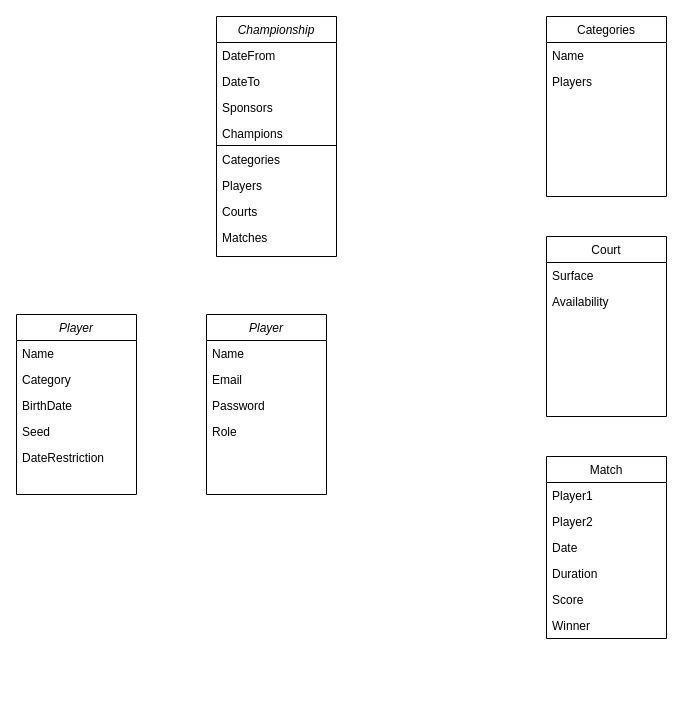
Above: db.drawio in paolofullone/SportManager (draw.io), before the change. Source tidied: cells renumbered, new cells numbered last; positions are measured from the earlier drawing's top-left corner, leaving out a move shared by most shapes. Both pictures are drawn from the tidied source at 100%, with x=0, y=0 at pixel (16, 16).
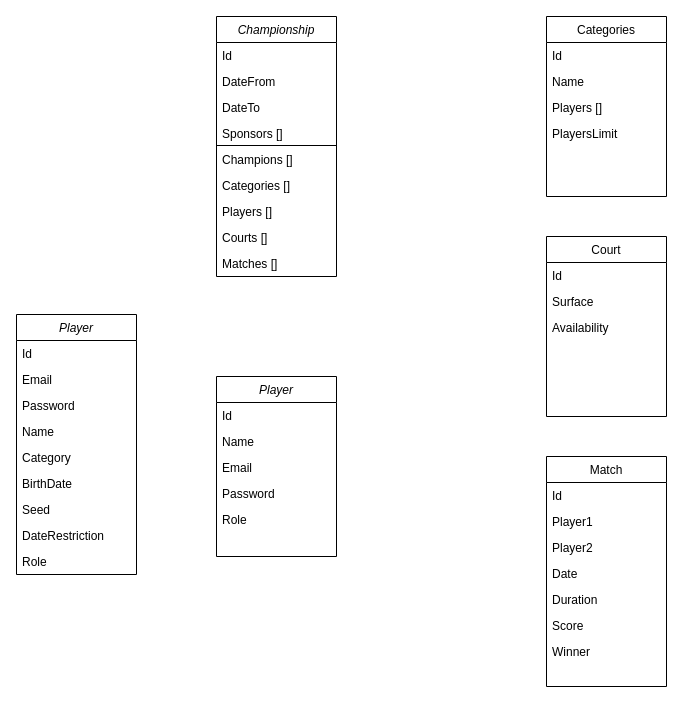
Above is the later version.

The change refers to these unchanged cells:
```xml
<mxCell id="25" value="Court" style="swimlane;fontStyle=0;align=center;verticalAlign=top;horizontal=1;startSize=26;rounded=0;shadow=0;strokeWidth=1;" parent="1" vertex="1">
  <mxGeometry x="530" y="220" width="120" height="180" as="geometry" />
</mxCell>
<mxCell id="28" value="Categories" style="swimlane;fontStyle=0;align=center;verticalAlign=top;horizontal=1;startSize=26;rounded=0;shadow=0;strokeWidth=1;" parent="1" vertex="1">
  <mxGeometry x="530" width="120" height="180" as="geometry" />
</mxCell>
```

Change to the diagram source:
```diff
@@
     <mxCell id="2" value="Player" style="swimlane;fontStyle=2;align=center;verticalAlign=top;horizontal=1;startSize=26;rounded=0;shadow=0;strokeWidth=1;" parent="1" vertex="1">
-      <mxGeometry y="298" width="120" height="180" as="geometry" />
+      <mxGeometry y="298" width="120" height="260" as="geometry" />
     </mxCell>
-    <mxCell id="3" value="Name" style="text;align=left;verticalAlign=top;spacingLeft=4;spacingRight=4;overflow=hidden;" parent="2" vertex="1">
+    <mxCell id="3" value="Id" style="text;align=left;verticalAlign=top;spacingLeft=4;spacingRight=4;overflow=hidden;" parent="2" vertex="1">
       <mxGeometry y="26" width="120" height="26" as="geometry" />
     </mxCell>
+    <mxCell id="36" value="Email" style="text;align=left;verticalAlign=top;spacingLeft=4;spacingRight=4;overflow=hidden;" parent="2" vertex="1">
+      <mxGeometry y="52" width="120" height="26" as="geometry" />
+    </mxCell>
+    <mxCell id="37" value="Password" style="text;align=left;verticalAlign=top;spacingLeft=4;spacingRight=4;overflow=hidden;" parent="2" vertex="1">
+      <mxGeometry y="78" width="120" height="26" as="geometry" />
+    </mxCell>
+    <mxCell id="38" value="Name" style="text;align=left;verticalAlign=top;spacingLeft=4;spacingRight=4;overflow=hidden;" parent="2" vertex="1">
+      <mxGeometry y="104" width="120" height="26" as="geometry" />
+    </mxCell>
     <mxCell id="4" value="Category" style="text;align=left;verticalAlign=top;spacingLeft=4;spacingRight=4;overflow=hidden;rounded=0;shadow=0;html=0;" parent="2" vertex="1">
-      <mxGeometry y="52" width="120" height="26" as="geometry" />
+      <mxGeometry y="130" width="120" height="26" as="geometry" />
     </mxCell>
     <mxCell id="5" value="BirthDate" style="text;align=left;verticalAlign=top;spacingLeft=4;spacingRight=4;overflow=hidden;rounded=0;shadow=0;html=0;" parent="2" vertex="1">
-      <mxGeometry y="78" width="120" height="26" as="geometry" />
+      <mxGeometry y="156" width="120" height="26" as="geometry" />
     </mxCell>
     <mxCell id="6" value="Seed" style="text;align=left;verticalAlign=top;spacingLeft=4;spacingRight=4;overflow=hidden;rounded=0;shadow=0;html=0;" parent="2" vertex="1">
-      <mxGeometry y="104" width="120" height="26" as="geometry" />
+      <mxGeometry y="182" width="120" height="26" as="geometry" />
     </mxCell>
     <mxCell id="7" value="DateRestriction" style="text;align=left;verticalAlign=top;spacingLeft=4;spacingRight=4;overflow=hidden;rounded=0;shadow=0;html=0;" parent="2" vertex="1">
-      <mxGeometry y="130" width="120" height="26" as="geometry" />
+      <mxGeometry y="208" width="120" height="26" as="geometry" />
     </mxCell>
+    <mxCell id="39" value="Role" style="text;align=left;verticalAlign=top;spacingLeft=4;spacingRight=4;overflow=hidden;rounded=0;shadow=0;html=0;" parent="2" vertex="1">
+      <mxGeometry y="234" width="120" height="26" as="geometry" />
+    </mxCell>
     <mxCell id="8" value="Match" style="swimlane;fontStyle=0;align=center;verticalAlign=top;horizontal=1;startSize=26;rounded=0;shadow=0;strokeWidth=1;" parent="1" vertex="1">
-      <mxGeometry x="530" y="440" width="120" height="182" as="geometry" />
+      <mxGeometry x="530" y="440" width="120" height="230" as="geometry" />
     </mxCell>
-    <mxCell id="9" value="Player1" style="text;align=left;verticalAlign=top;spacingLeft=4;spacingRight=4;overflow=hidden;" parent="8" vertex="1">
+    <mxCell id="9" value="Id" style="text;align=left;verticalAlign=top;spacingLeft=4;spacingRight=4;overflow=hidden;" parent="8" vertex="1">
       <mxGeometry y="26" width="120" height="26" as="geometry" />
     </mxCell>
+    <mxCell id="40" value="Player1" style="text;align=left;verticalAlign=top;spacingLeft=4;spacingRight=4;overflow=hidden;" parent="8" vertex="1">
+      <mxGeometry y="52" width="120" height="26" as="geometry" />
+    </mxCell>
     <mxCell id="10" value="Player2" style="text;align=left;verticalAlign=top;spacingLeft=4;spacingRight=4;overflow=hidden;rounded=0;shadow=0;html=0;" parent="8" vertex="1">
-      <mxGeometry y="52" width="120" height="26" as="geometry" />
+      <mxGeometry y="78" width="120" height="26" as="geometry" />
     </mxCell>
     <mxCell id="11" value="Date" style="text;align=left;verticalAlign=top;spacingLeft=4;spacingRight=4;overflow=hidden;rounded=0;shadow=0;html=0;" parent="8" vertex="1">
-      <mxGeometry y="78" width="120" height="26" as="geometry" />
+      <mxGeometry y="104" width="120" height="26" as="geometry" />
     </mxCell>
     <mxCell id="12" value="Duration" style="text;align=left;verticalAlign=top;spacingLeft=4;spacingRight=4;overflow=hidden;rounded=0;shadow=0;html=0;" parent="8" vertex="1">
-      <mxGeometry y="104" width="120" height="26" as="geometry" />
+      <mxGeometry y="130" width="120" height="26" as="geometry" />
     </mxCell>
     <mxCell id="13" value="Score&#10;" style="text;align=left;verticalAlign=top;spacingLeft=4;spacingRight=4;overflow=hidden;rounded=0;shadow=0;html=0;" parent="8" vertex="1">
-      <mxGeometry y="130" width="120" height="26" as="geometry" />
+      <mxGeometry y="156" width="120" height="26" as="geometry" />
     </mxCell>
     <mxCell id="14" value="Winner" style="text;align=left;verticalAlign=top;spacingLeft=4;spacingRight=4;overflow=hidden;rounded=0;shadow=0;html=0;" parent="8" vertex="1">
-      <mxGeometry y="156" width="120" height="26" as="geometry" />
+      <mxGeometry y="182" width="120" height="26" as="geometry" />
     </mxCell>
     <mxCell id="15" value="Championship" style="swimlane;fontStyle=2;align=center;verticalAlign=top;horizontal=1;startSize=26;rounded=0;shadow=0;strokeWidth=1;" parent="1" vertex="1">
-      <mxGeometry x="200" width="120" height="240" as="geometry" />
+      <mxGeometry x="200" width="120" height="260" as="geometry" />
     </mxCell>
-    <mxCell id="16" value="DateFrom" style="text;align=left;verticalAlign=top;spacingLeft=4;spacingRight=4;overflow=hidden;" parent="15" vertex="1">
+    <mxCell id="16" value="Id" style="text;align=left;verticalAlign=top;spacingLeft=4;spacingRight=4;overflow=hidden;" parent="15" vertex="1">
       <mxGeometry y="26" width="120" height="26" as="geometry" />
     </mxCell>
+    <mxCell id="41" value="DateFrom" style="text;align=left;verticalAlign=top;spacingLeft=4;spacingRight=4;overflow=hidden;" parent="15" vertex="1">
+      <mxGeometry y="52" width="120" height="26" as="geometry" />
+    </mxCell>
     <mxCell id="17" value="DateTo" style="text;align=left;verticalAlign=top;spacingLeft=4;spacingRight=4;overflow=hidden;" parent="15" vertex="1">
-      <mxGeometry y="52" width="120" height="26" as="geometry" />
+      <mxGeometry y="78" width="120" height="26" as="geometry" />
     </mxCell>
-    <mxCell id="18" value="Sponsors" style="text;align=left;verticalAlign=top;spacingLeft=4;spacingRight=4;overflow=hidden;" parent="15" vertex="1">
-      <mxGeometry y="78" width="120" height="26" as="geometry" />
+    <mxCell id="18" value="Sponsors []" style="text;align=left;verticalAlign=top;spacingLeft=4;spacingRight=4;overflow=hidden;" parent="15" vertex="1">
+      <mxGeometry y="104" width="120" height="26" as="geometry" />
     </mxCell>
-    <mxCell id="19" value="Champions" style="text;align=left;verticalAlign=top;spacingLeft=4;spacingRight=4;overflow=hidden;" parent="15" vertex="1">
-      <mxGeometry y="104" width="120" height="26" as="geometry" />
+    <mxCell id="19" value="Champions []" style="text;align=left;verticalAlign=top;spacingLeft=4;spacingRight=4;overflow=hidden;" parent="15" vertex="1">
+      <mxGeometry y="130" width="120" height="26" as="geometry" />
     </mxCell>
-    <mxCell id="20" value="Categories&#10;" style="text;align=left;verticalAlign=top;spacingLeft=4;spacingRight=4;overflow=hidden;" parent="15" vertex="1">
-      <mxGeometry y="130" width="120" height="26" as="geometry" />
+    <mxCell id="20" value="Categories []&#10;" style="text;align=left;verticalAlign=top;spacingLeft=4;spacingRight=4;overflow=hidden;" parent="15" vertex="1">
+      <mxGeometry y="156" width="120" height="26" as="geometry" />
     </mxCell>
-    <mxCell id="21" value="Players" style="text;align=left;verticalAlign=top;spacingLeft=4;spacingRight=4;overflow=hidden;rounded=0;shadow=0;html=0;" parent="15" vertex="1">
-      <mxGeometry y="156" width="120" height="26" as="geometry" />
+    <mxCell id="21" value="Players []" style="text;align=left;verticalAlign=top;spacingLeft=4;spacingRight=4;overflow=hidden;rounded=0;shadow=0;html=0;" parent="15" vertex="1">
+      <mxGeometry y="182" width="120" height="26" as="geometry" />
     </mxCell>
-    <mxCell id="22" value="Courts" style="text;align=left;verticalAlign=top;spacingLeft=4;spacingRight=4;overflow=hidden;" parent="15" vertex="1">
-      <mxGeometry y="182" width="120" height="26" as="geometry" />
+    <mxCell id="22" value="Courts []" style="text;align=left;verticalAlign=top;spacingLeft=4;spacingRight=4;overflow=hidden;" parent="15" vertex="1">
+      <mxGeometry y="208" width="120" height="26" as="geometry" />
     </mxCell>
-    <mxCell id="23" value="Matches" style="text;align=left;verticalAlign=top;spacingLeft=4;spacingRight=4;overflow=hidden;rounded=0;shadow=0;html=0;" parent="15" vertex="1">
-      <mxGeometry y="208" width="120" height="26" as="geometry" />
+    <mxCell id="23" value="Matches []" style="text;align=left;verticalAlign=top;spacingLeft=4;spacingRight=4;overflow=hidden;rounded=0;shadow=0;html=0;" parent="15" vertex="1">
+      <mxGeometry y="234" width="120" height="26" as="geometry" />
     </mxCell>
@@
-    <mxCell id="26" value="Surface" style="text;align=left;verticalAlign=top;spacingLeft=4;spacingRight=4;overflow=hidden;" parent="25" vertex="1">
+    <mxCell id="26" value="Id" style="text;align=left;verticalAlign=top;spacingLeft=4;spacingRight=4;overflow=hidden;" parent="25" vertex="1">
       <mxGeometry y="26" width="120" height="26" as="geometry" />
     </mxCell>
+    <mxCell id="42" value="Surface" style="text;align=left;verticalAlign=top;spacingLeft=4;spacingRight=4;overflow=hidden;" parent="25" vertex="1">
+      <mxGeometry y="52" width="120" height="26" as="geometry" />
+    </mxCell>
     <mxCell id="27" value="Availability" style="text;align=left;verticalAlign=top;spacingLeft=4;spacingRight=4;overflow=hidden;" parent="25" vertex="1">
-      <mxGeometry y="52" width="120" height="26" as="geometry" />
+      <mxGeometry y="78" width="120" height="26" as="geometry" />
     </mxCell>
@@
-    <mxCell id="29" value="Name" style="text;align=left;verticalAlign=top;spacingLeft=4;spacingRight=4;overflow=hidden;" parent="28" vertex="1">
+    <mxCell id="29" value="Id" style="text;align=left;verticalAlign=top;spacingLeft=4;spacingRight=4;overflow=hidden;" parent="28" vertex="1">
       <mxGeometry y="26" width="120" height="26" as="geometry" />
     </mxCell>
+    <mxCell id="43" value="Name" style="text;align=left;verticalAlign=top;spacingLeft=4;spacingRight=4;overflow=hidden;" parent="28" vertex="1">
+      <mxGeometry y="52" width="120" height="26" as="geometry" />
+    </mxCell>
-    <mxCell id="30" value="Players" style="text;align=left;verticalAlign=top;spacingLeft=4;spacingRight=4;overflow=hidden;" parent="28" vertex="1">
-      <mxGeometry y="52" width="120" height="26" as="geometry" />
+    <mxCell id="30" value="Players []" style="text;align=left;verticalAlign=top;spacingLeft=4;spacingRight=4;overflow=hidden;" parent="28" vertex="1">
+      <mxGeometry y="78" width="120" height="26" as="geometry" />
     </mxCell>
+    <mxCell id="44" value="PlayersLimit" style="text;align=left;verticalAlign=top;spacingLeft=4;spacingRight=4;overflow=hidden;" parent="28" vertex="1">
+      <mxGeometry y="104" width="120" height="26" as="geometry" />
+    </mxCell>
     <mxCell id="31" value="Player" style="swimlane;fontStyle=2;align=center;verticalAlign=top;horizontal=1;startSize=26;rounded=0;shadow=0;strokeWidth=1;" parent="1" vertex="1">
-      <mxGeometry x="190" y="298" width="120" height="180" as="geometry" />
+      <mxGeometry x="200" y="360" width="120" height="180" as="geometry" />
     </mxCell>
-    <mxCell id="32" value="Name" style="text;align=left;verticalAlign=top;spacingLeft=4;spacingRight=4;overflow=hidden;" parent="31" vertex="1">
+    <mxCell id="32" value="Id" style="text;align=left;verticalAlign=top;spacingLeft=4;spacingRight=4;overflow=hidden;" parent="31" vertex="1">
       <mxGeometry y="26" width="120" height="26" as="geometry" />
     </mxCell>
+    <mxCell id="45" value="Name" style="text;align=left;verticalAlign=top;spacingLeft=4;spacingRight=4;overflow=hidden;" parent="31" vertex="1">
+      <mxGeometry y="52" width="120" height="26" as="geometry" />
+    </mxCell>
     <mxCell id="33" value="Email" style="text;align=left;verticalAlign=top;spacingLeft=4;spacingRight=4;overflow=hidden;rounded=0;shadow=0;html=0;" parent="31" vertex="1">
-      <mxGeometry y="52" width="120" height="26" as="geometry" />
+      <mxGeometry y="78" width="120" height="26" as="geometry" />
     </mxCell>
     <mxCell id="34" value="Password" style="text;align=left;verticalAlign=top;spacingLeft=4;spacingRight=4;overflow=hidden;rounded=0;shadow=0;html=0;" parent="31" vertex="1">
-      <mxGeometry y="78" width="120" height="26" as="geometry" />
+      <mxGeometry y="104" width="120" height="26" as="geometry" />
     </mxCell>
     <mxCell id="35" value="Role" style="text;align=left;verticalAlign=top;spacingLeft=4;spacingRight=4;overflow=hidden;rounded=0;shadow=0;html=0;" parent="31" vertex="1">
-      <mxGeometry y="104" width="120" height="26" as="geometry" />
+      <mxGeometry y="130" width="120" height="26" as="geometry" />
     </mxCell>
```
